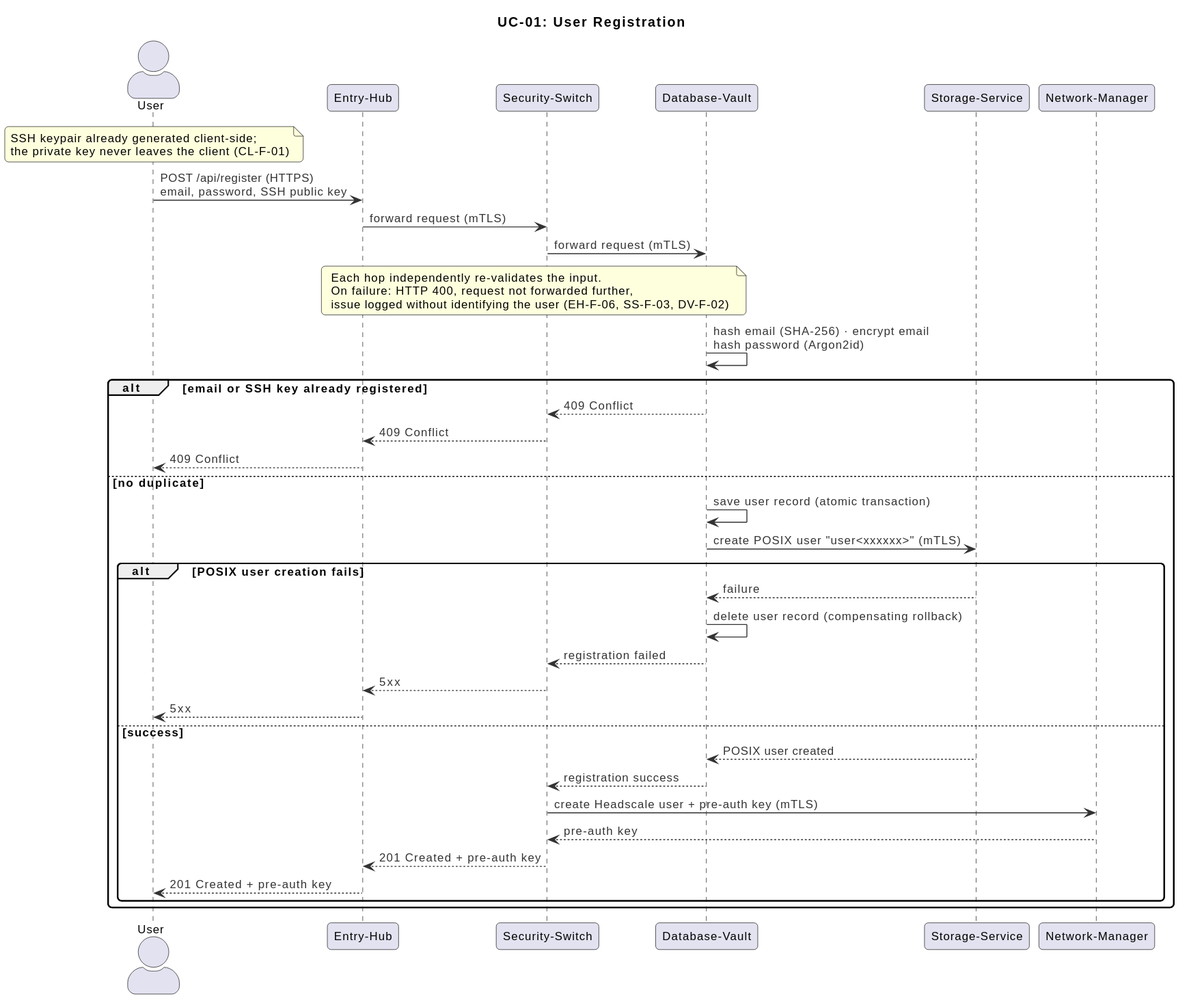
Earlier version of the PlantUML export docs/design/diagrams/rendered/use-cases/03-sequence-uc01-registration.svg (Verryx-02/RAM-USB).
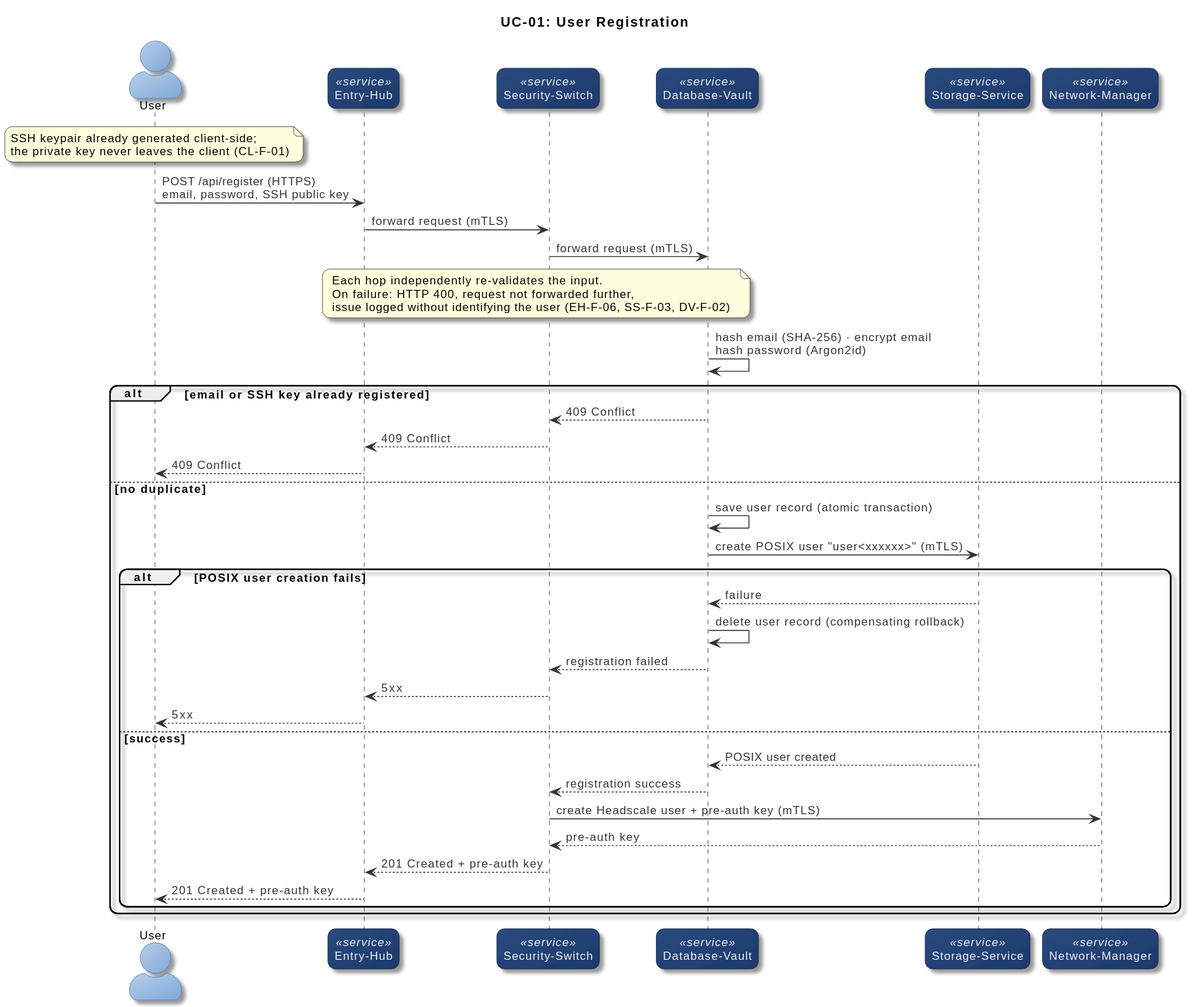
Above is the later version.

Commit message:
docs(project): extend blu notte palette to use-case, sequence, storage, and metrics diagrams

The edit, as a diff of the source:
```diff
@@ -4,11 +4,11 @@
 title UC-01: User Registration
 
 actor User
-participant "Entry-Hub" as EH
-participant "Security-Switch" as SS
-participant "Database-Vault" as DV
-participant "Storage-Service" as ST
-participant "Network-Manager" as NM
+participant "Entry-Hub" as EH <<service>>
+participant "Security-Switch" as SS <<service>>
+participant "Database-Vault" as DV <<service>>
+participant "Storage-Service" as ST <<service>>
+participant "Network-Manager" as NM <<service>>
 
 note over User
   SSH keypair already generated client-side;
```
